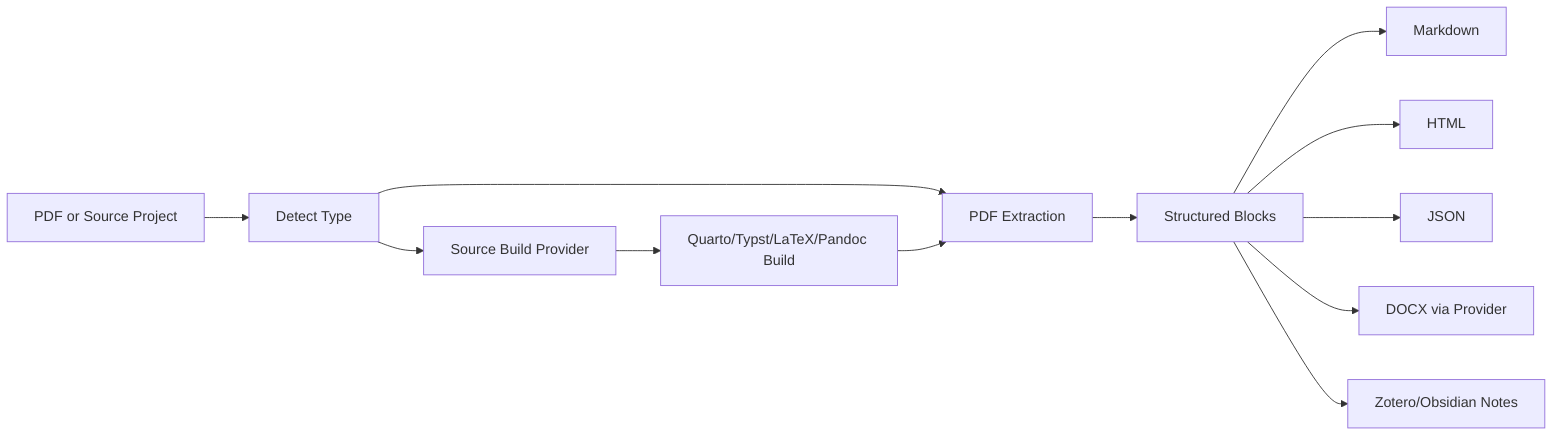
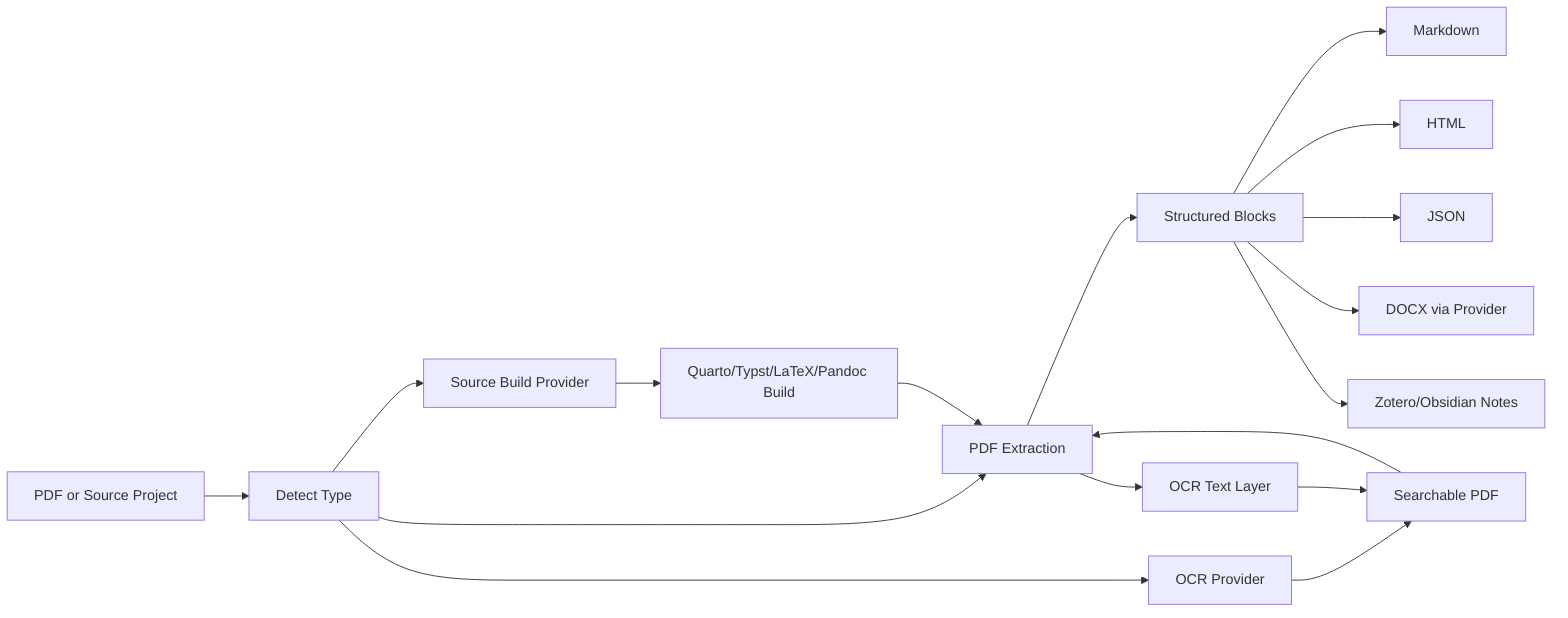
flowchart LR
  Input[PDF or Source Project] --> Detect[Detect Type]
  Detect --> PDF[PDF Extraction]
+   Detect --> OCR[OCR Provider]
  Detect --> Source[Source Build Provider]
  PDF --> Structured[Structured Blocks]
+   PDF --> OCRLayer[OCR Text Layer]
+   OCR --> Searchable[Searchable PDF]
+   OCRLayer --> Searchable
+   Searchable --> PDF
  Source --> Build[Quarto/Typst/LaTeX/Pandoc Build]
  Build --> PDF
  Structured --> MD[Markdown]
  Structured --> HTML[HTML]
  Structured --> JSON[JSON]
  Structured --> DOCX[DOCX via Provider]
  Structured --> Notes[Zotero/Obsidian Notes]
